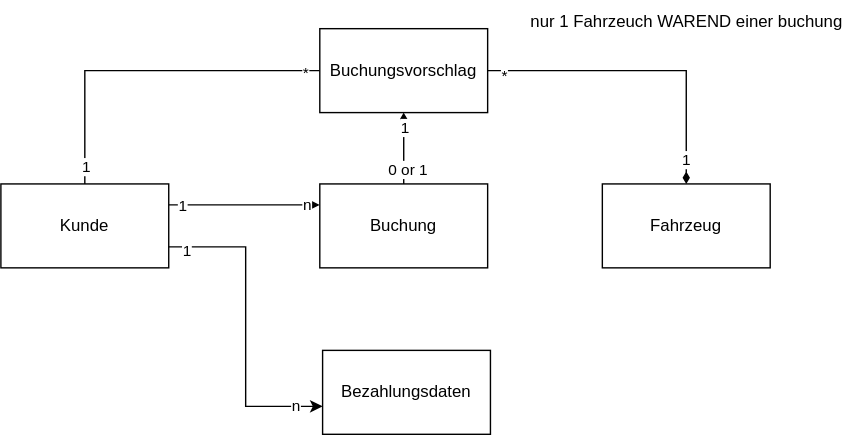
The draw.io diagram sw-eng-03.drawio.svg in MassimiIiano/software-eng-projects-uni, before a commit. Source tidied: cells renumbered, new cells last; positions are measured from the earlier drawing's top-left corner, leaving out a move shared by most shapes.
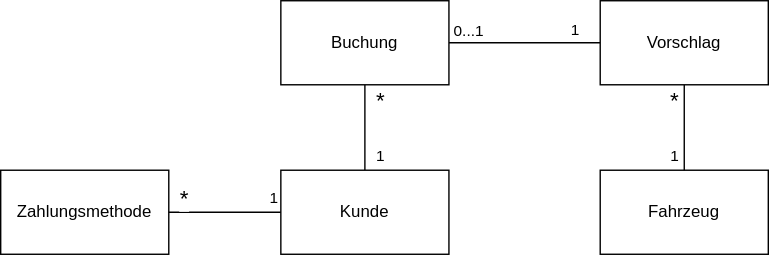
Later version of the same file.

Change to the diagram source:
```diff
@@ -2,74 +2,84 @@
   <root>
     <mxCell id="0" />
     <mxCell id="1" parent="0" />
-    <mxCell id="2" style="edgeStyle=orthogonalEdgeStyle;rounded=0;jettySize=auto;html=1;exitX=1;exitY=0.25;exitDx=0;exitDy=0;entryX=0;entryY=0.25;entryDx=0;entryDy=0;" parent="1" edge="1" source="8" target="12">
-      <mxGeometry relative="1" as="geometry" />
+    <mxCell id="2" style="edgeStyle=orthogonalEdgeStyle;rounded=0;jettySize=auto;html=1;exitX=0.5;exitY=0;exitDx=0;exitDy=0;entryX=0.5;entryY=1;entryDx=0;entryDy=0;endArrow=none;endFill=0;" parent="1" edge="1" source="8" target="12">
+      <mxGeometry relative="1" as="geometry">
+        <Array as="points">
+          <mxPoint x="270" y="170" />
+          <mxPoint x="270" y="170" />
+        </Array>
+      </mxGeometry>
     </mxCell>
-    <mxCell id="3" value="&lt;div&gt;n&lt;/div&gt;" style="edgeLabel;html=1;align=center;verticalAlign=middle;" parent="2" vertex="1">
-      <mxGeometry x="0.81" y="1" relative="1" as="geometry" />
+    <mxCell id="3" value="&lt;div&gt;&lt;font style=&quot;font-size: 16px;&quot;&gt;*&lt;/font&gt;&lt;/div&gt;" style="edgeLabel;html=1;align=center;verticalAlign=middle;" parent="2" vertex="1">
+      <mxGeometry x="0.81" y="1" relative="1" as="geometry">
+        <mxPoint x="11" y="4" as="offset" />
+      </mxGeometry>
     </mxCell>
     <mxCell id="4" value="1" style="edgeLabel;html=1;align=center;verticalAlign=middle;" parent="2" vertex="1">
-      <mxGeometry x="-0.84" relative="1" as="geometry" />
+      <mxGeometry x="-0.84" relative="1" as="geometry">
+        <mxPoint x="10" y="-6" as="offset" />
+      </mxGeometry>
     </mxCell>
-    <mxCell id="5" style="edgeStyle=orthogonalEdgeStyle;rounded=0;jettySize=auto;html=1;endArrow=none;endFill=0;" parent="1" edge="1" source="8" target="22">
-      <mxGeometry relative="1" as="geometry">
-        <Array as="points">
-          <mxPoint x="60" y="50" />
-        </Array>
-      </mxGeometry>
-    </mxCell>
-    <mxCell id="6" value="*" style="edgeLabel;html=1;align=center;verticalAlign=middle;" parent="5" vertex="1">
-      <mxGeometry x="0.91" y="-1" relative="1" as="geometry" />
-    </mxCell>
-    <mxCell id="7" value="1" style="edgeLabel;html=1;align=center;verticalAlign=middle;" parent="5" vertex="1">
-      <mxGeometry x="-0.9" relative="1" as="geometry" />
-    </mxCell>
     <mxCell id="8" value="&lt;div&gt;Kunde&lt;/div&gt;" style="rounded=0;whiteSpace=wrap;html=1;" parent="1" vertex="1">
-      <mxGeometry y="131" width="120" height="60" as="geometry" />
+      <mxGeometry x="210" y="181" width="120" height="60" as="geometry" />
     </mxCell>
-    <mxCell id="9" style="edgeStyle=orthogonalEdgeStyle;rounded=0;jettySize=auto;html=1;endArrow=diamondThin;endFill=1;" parent="1" edge="1" source="12" target="22">
-      <mxGeometry relative="1" as="geometry" />
+    <mxCell id="9" style="edgeStyle=orthogonalEdgeStyle;rounded=0;jettySize=auto;html=1;endArrow=none;endFill=0;endSize=15;" parent="1" edge="1" source="12">
+      <mxGeometry relative="1" as="geometry">
+        <mxPoint x="438" y="90" as="targetPoint" />
+      </mxGeometry>
     </mxCell>
-    <mxCell id="10" value="0 or 1" style="edgeLabel;html=1;align=center;verticalAlign=middle;" parent="9" vertex="1">
+    <mxCell id="10" value="0...1" style="edgeLabel;html=1;align=center;verticalAlign=middle;" parent="9" vertex="1">
       <mxGeometry x="-0.83" y="2" relative="1" as="geometry">
         <mxPoint x="4" y="-7" as="offset" />
       </mxGeometry>
     </mxCell>
     <mxCell id="11" value="1" style="edgeLabel;html=1;align=center;verticalAlign=middle;" parent="9" vertex="1">
-      <mxGeometry x="0.61" relative="1" as="geometry" />
+      <mxGeometry x="0.61" relative="1" as="geometry">
+        <mxPoint x="3" y="-10" as="offset" />
+      </mxGeometry>
     </mxCell>
     <mxCell id="12" value="&lt;div&gt;Buchung&lt;/div&gt;" style="rounded=0;whiteSpace=wrap;html=1;" parent="1" vertex="1">
-      <mxGeometry x="228" y="131" width="120" height="60" as="geometry" />
+      <mxGeometry x="210" y="60" width="120" height="60" as="geometry" />
     </mxCell>
-    <mxCell id="13" value="&lt;div&gt;Bezahlungsdaten&lt;/div&gt;" style="rounded=0;whiteSpace=wrap;html=1;" parent="1" vertex="1">
-      <mxGeometry x="230" y="250" width="120" height="60" as="geometry" />
+    <mxCell id="13" value="Zahlungsmethode" style="rounded=0;whiteSpace=wrap;html=1;" parent="1" vertex="1">
+      <mxGeometry x="10" y="181" width="120" height="60" as="geometry" />
     </mxCell>
-    <mxCell id="14" style="edgeStyle=orthogonalEdgeStyle;rounded=0;jettySize=auto;html=1;exitX=1;exitY=0.75;exitDx=0;exitDy=0;entryX=0;entryY=0.667;entryDx=0;entryDy=0;entryPerimeter=0;" parent="1" edge="1" source="8" target="13">
+    <mxCell id="14" style="edgeStyle=orthogonalEdgeStyle;rounded=0;jettySize=auto;html=1;exitX=0;exitY=0.5;exitDx=0;exitDy=0;endArrow=none;endFill=0;entryX=1;entryY=0.5;entryDx=0;entryDy=0;" parent="1" edge="1" source="8" target="13">
       <mxGeometry relative="1" as="geometry" />
     </mxCell>
     <mxCell id="15" value="1" style="edgeLabel;html=1;align=center;verticalAlign=middle;" parent="14" vertex="1">
-      <mxGeometry x="-0.9" y="-2" relative="1" as="geometry" />
+      <mxGeometry x="-0.9" y="-2" relative="1" as="geometry">
+        <mxPoint x="-2" y="-9" as="offset" />
+      </mxGeometry>
     </mxCell>
-    <mxCell id="16" value="n" style="edgeLabel;html=1;align=center;verticalAlign=middle;" parent="14" vertex="1">
-      <mxGeometry x="0.83" y="1" relative="1" as="geometry" />
+    <mxCell id="16" value="&lt;font style=&quot;font-size: 16px;&quot;&gt;*&lt;/font&gt;" style="edgeLabel;html=1;align=center;verticalAlign=middle;" parent="14" vertex="1">
+      <mxGeometry x="0.83" y="1" relative="1" as="geometry">
+        <mxPoint x="3" y="-12" as="offset" />
+      </mxGeometry>
     </mxCell>
+    <mxCell id="6" value="&lt;font style=&quot;font-size: 16px;&quot;&gt;*&lt;/font&gt;" style="edgeLabel;html=1;align=center;verticalAlign=middle;" parent="14" vertex="1">
+      <mxGeometry x="0.83" y="1" relative="1" as="geometry">
+        <mxPoint x="3" y="-12" as="offset" />
+      </mxGeometry>
+    </mxCell>
     <mxCell id="17" value="Fahrzeug" style="rounded=0;whiteSpace=wrap;html=1;" parent="1" vertex="1">
-      <mxGeometry x="430" y="131" width="120" height="60" as="geometry" />
+      <mxGeometry x="438" y="181" width="120" height="60" as="geometry" />
     </mxCell>
-    <mxCell id="18" value="nur 1 Fahrzeuch WAREND einer buchung" style="text;html=1;align=center;verticalAlign=middle;strokeColor=none;fillColor=none;" parent="1" vertex="1">
-      <mxGeometry x="365" width="250" height="30" as="geometry" />
-    </mxCell>
-    <mxCell id="19" style="edgeStyle=orthogonalEdgeStyle;rounded=0;jettySize=auto;html=1;endArrow=diamondThin;endFill=1;" parent="1" edge="1" source="22" target="17">
+    <mxCell id="19" style="edgeStyle=orthogonalEdgeStyle;rounded=0;jettySize=auto;html=1;endArrow=none;endFill=0;exitX=0.5;exitY=1;exitDx=0;exitDy=0;" parent="1" edge="1" source="22" target="17">
       <mxGeometry relative="1" as="geometry" />
     </mxCell>
-    <mxCell id="20" value="*" style="edgeLabel;html=1;align=center;verticalAlign=middle;" parent="19" vertex="1">
-      <mxGeometry x="-0.91" y="-3" relative="1" as="geometry" />
+    <mxCell id="20" value="&lt;font style=&quot;font-size: 16px;&quot;&gt;*&lt;/font&gt;" style="edgeLabel;html=1;align=center;verticalAlign=middle;" parent="19" vertex="1">
+      <mxGeometry x="-0.91" y="-3" relative="1" as="geometry">
+        <mxPoint x="-5" y="7" as="offset" />
+      </mxGeometry>
     </mxCell>
     <mxCell id="21" value="1" style="edgeLabel;html=1;align=center;verticalAlign=middle;" parent="19" vertex="1">
-      <mxGeometry x="0.83" y="-1" relative="1" as="geometry" />
+      <mxGeometry x="0.83" y="-1" relative="1" as="geometry">
+        <mxPoint x="-7" y="-6" as="offset" />
+      </mxGeometry>
     </mxCell>
-    <mxCell id="22" value="Buchungsvorschlag" style="rounded=0;whiteSpace=wrap;html=1;" parent="1" vertex="1">
-      <mxGeometry x="228" y="20" width="120" height="60" as="geometry" />
+    <mxCell id="22" value="Vorschlag" style="rounded=0;whiteSpace=wrap;html=1;" parent="1" vertex="1">
+      <mxGeometry x="438" y="60" width="120" height="60" as="geometry" />
     </mxCell>
   </root>
 </mxGraphModel>
```
